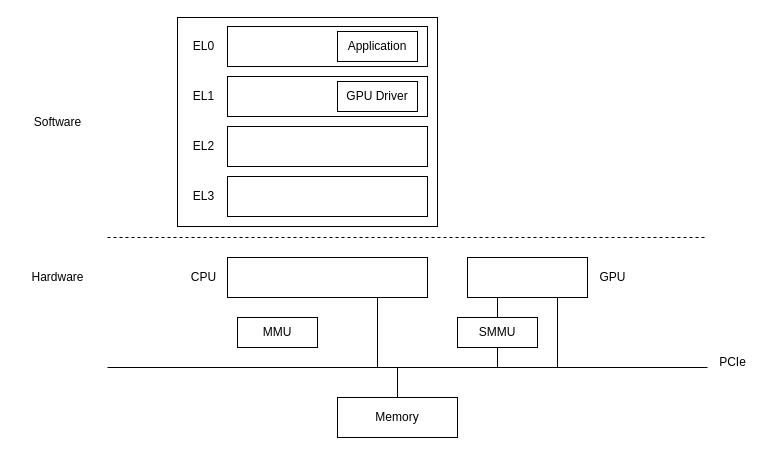
This is gpu.drawio from qianfei11/draw.io, a draw.io file, before an edit. Source tidied: cells renumbered, new cells numbered last; positions are measured from the earlier drawing's top-left corner, leaving out a move shared by most shapes. Both pictures are drawn from the tidied source at 100%, with x=0, y=0 at pixel (17, 17).
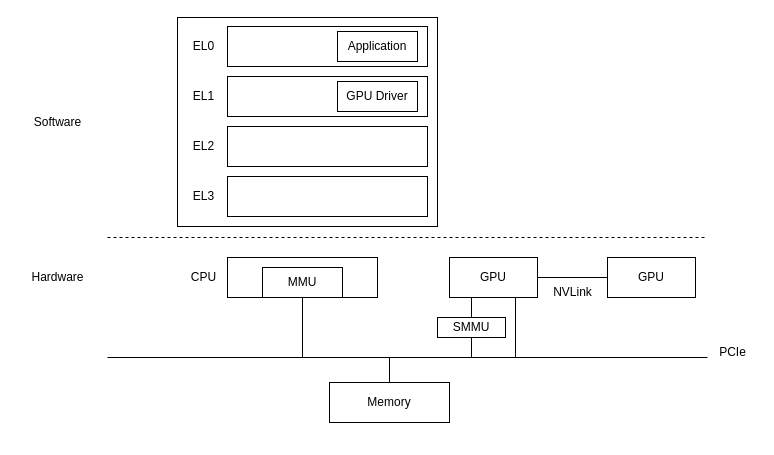
Above is the later version.

Change to the diagram source:
```diff
@@
     <mxCell id="3" style="rounded=0;whiteSpace=wrap;html=1;" parent="1" vertex="1">
-      <mxGeometry x="210" y="240" width="200" height="40" as="geometry" />
+      <mxGeometry x="210" y="240" width="150" height="40" as="geometry" />
     </mxCell>
-    <mxCell id="4" style="rounded=0;whiteSpace=wrap;html=1;" parent="1" vertex="1">
-      <mxGeometry x="450" y="240" width="120" height="40" as="geometry" />
+    <mxCell id="4" value="GPU" style="rounded=0;whiteSpace=wrap;html=1;" parent="1" vertex="1">
+      <mxGeometry x="432" y="240" width="88" height="40" as="geometry" />
     </mxCell>
@@
-    <mxCell id="6" value="GPU" style="text;html=1;align=center;verticalAlign=middle;points=[];strokeColor=none;fillColor=none;" parent="1" vertex="1">
-      <mxGeometry x="570" y="245" width="50" height="30" as="geometry" />
-    </mxCell>
@@
     <mxCell id="13" value="MMU" style="rounded=0;whiteSpace=wrap;html=1;" parent="1" vertex="1">
-      <mxGeometry x="220" y="300" width="80" height="30" as="geometry" />
+      <mxGeometry x="245" y="250" width="80" height="30" as="geometry" />
     </mxCell>
     <mxCell id="14" value="SMMU" style="rounded=0;whiteSpace=wrap;html=1;" parent="1" vertex="1">
-      <mxGeometry x="440" y="300" width="80" height="30" as="geometry" />
+      <mxGeometry x="420" y="300" width="68" height="20" as="geometry" />
     </mxCell>
@@
     <mxCell id="17" style="endArrow=none;html=1;rounded=0;" parent="1" edge="1">
       <mxGeometry relative="1" as="geometry">
-        <mxPoint x="90" y="350" as="sourcePoint" />
-        <mxPoint x="690" y="350" as="targetPoint" />
+        <mxPoint x="90" y="340" as="sourcePoint" />
+        <mxPoint x="690" y="340" as="targetPoint" />
       </mxGeometry>
     </mxCell>
@@
-    <mxCell id="23" style="endArrow=none;html=1;rounded=0;entryX=0.75;entryY=1;entryDx=0;entryDy=0;" parent="1" edge="1" target="3">
+    <mxCell id="23" style="endArrow=none;html=1;rounded=0;entryX=0.5;entryY=1;entryDx=0;entryDy=0;" parent="1" edge="1" target="13">
       <mxGeometry relative="1" as="geometry">
-        <mxPoint x="360" y="350" as="sourcePoint" />
+        <mxPoint x="285" y="340" as="sourcePoint" />
       </mxGeometry>
     </mxCell>
     <mxCell id="24" value="Memory" style="rounded=0;whiteSpace=wrap;html=1;" parent="1" vertex="1">
-      <mxGeometry x="320" y="380" width="120" height="40" as="geometry" />
+      <mxGeometry x="312" y="365" width="120" height="40" as="geometry" />
     </mxCell>
     <mxCell id="25" style="endArrow=none;html=1;rounded=0;entryX=0.5;entryY=0;entryDx=0;entryDy=0;" parent="1" edge="1" target="24">
       <mxGeometry relative="1" as="geometry">
-        <mxPoint x="380" y="350" as="sourcePoint" />
+        <mxPoint x="372" y="340" as="sourcePoint" />
       </mxGeometry>
     </mxCell>
     <mxCell id="26" style="endArrow=none;html=1;rounded=0;exitX=0.5;exitY=1;exitDx=0;exitDy=0;" parent="1" edge="1" source="14">
       <mxGeometry relative="1" as="geometry">
-        <mxPoint x="480" y="350" as="targetPoint" />
+        <mxPoint x="454" y="340" as="targetPoint" />
       </mxGeometry>
     </mxCell>
@@
     <mxCell id="28" style="endArrow=none;html=1;rounded=0;exitX=0.75;exitY=1;exitDx=0;exitDy=0;" parent="1" edge="1" source="4">
       <mxGeometry relative="1" as="geometry">
-        <mxPoint x="540" y="350" as="targetPoint" />
+        <mxPoint x="498" y="340" as="targetPoint" />
       </mxGeometry>
     </mxCell>
     <mxCell id="29" value="PCIe" style="text;html=1;align=center;verticalAlign=middle;strokeColor=none;fillColor=none;" parent="1" vertex="1">
-      <mxGeometry x="690" y="330" width="50" height="30" as="geometry" />
+      <mxGeometry x="690" y="320" width="50" height="30" as="geometry" />
     </mxCell>
+    <mxCell id="6" value="GPU" style="rounded=0;whiteSpace=wrap;html=1;" parent="1" vertex="1">
+      <mxGeometry x="590" y="240" width="88" height="40" as="geometry" />
+    </mxCell>
+    <mxCell id="30" style="endArrow=none;html=1;rounded=0;exitX=1;exitY=0.5;exitDx=0;exitDy=0;entryX=0;entryY=0.5;entryDx=0;entryDy=0;" parent="1" edge="1" source="4" target="6">
+      <mxGeometry relative="1" as="geometry" />
+    </mxCell>
+    <mxCell id="31" value="NVLink" style="text;html=1;align=center;verticalAlign=middle;strokeColor=none;fillColor=none;" parent="1" vertex="1">
+      <mxGeometry x="525" y="260" width="60" height="30" as="geometry" />
+    </mxCell>
```
